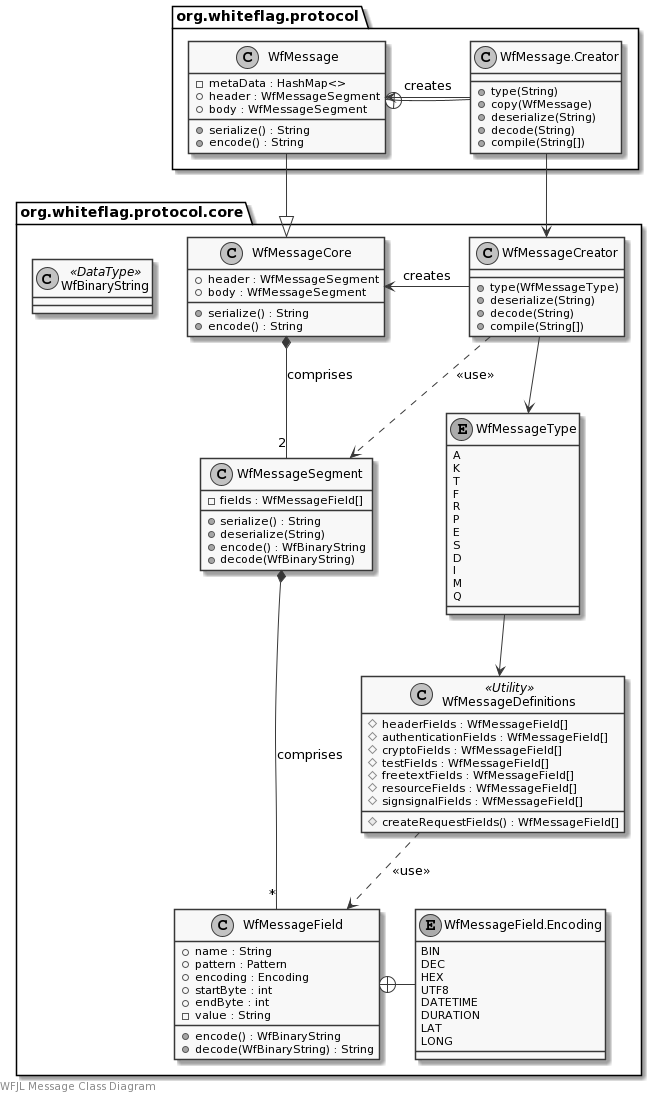
Earlier version of the PlantUML export docs/uml/messages.png (WhiteflagProtocol/whiteflag-java).
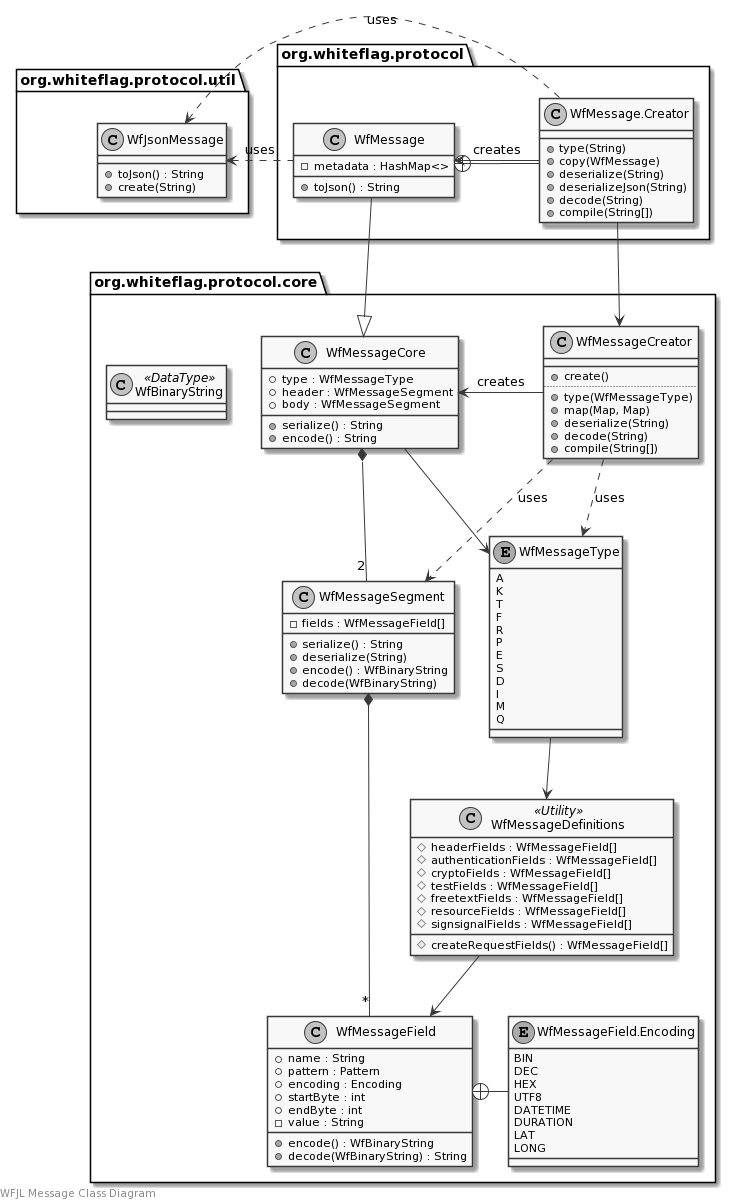
After the commit.

Change to the diagram source:
```diff
@@ -5,6 +5,7 @@
 
 package org.whiteflag.protocol.core {
     class WfMessageCore {
+        +type : WfMessageType
         +header : WfMessageSegment
         +body : WfMessageSegment
         +serialize() : String
@@ -38,7 +39,11 @@
         LONG
     }
     class WfMessageCreator {
+        __
+        +create()
+        ..
         +type(WfMessageType)
+        +map(Map, Map)
         +deserialize(String)
         +decode(String)
         +compile(String[])
@@ -70,37 +75,45 @@
     class WfBinaryString <<DataType>>
 }
 
+package org.whiteflag.protocol.util {
+    class WfJsonMessage {
+        +toJson() : String
+        +create(String)
+    }
+}
+
 package org.whiteflag.protocol {
     class WfMessage {
-        -metaData : HashMap<>
-        +header : WfMessageSegment
-        +body : WfMessageSegment
-        +serialize() : String
-        +encode() : String
+        -metadata : HashMap<>
+        +toJson() : String
     }
     class WfMessage.Creator {
         +type(String)
         +copy(WfMessage)
         +deserialize(String)
+        +deserializeJson(String)
         +decode(String)
         +compile(String[])
     }
 }
 
-WfMessageField +- WfMessageField.Encoding
-WfMessageSegment *-- "*" WfMessageField: comprises
-WfMessageCore *-- "2" WfMessageSegment: comprises
-
-WfMessageCreator -> WfMessageCore: creates
-WfMessageCreator --> WfMessageType
-
-WfMessageType --> WfMessageDefinitions
-
-WfMessageCreator ..> WfMessageSegment: <<use>>
-WfMessageDefinitions ..> WfMessageField: <<use>>
+WfJsonMessage <. WfMessage: uses
+WfJsonMessage <. WfMessage.Creator: uses
 
 WfMessage --|> WfMessageCore
 WfMessage +- WfMessage.Creator
-WfMessage.Creator -> WfMessage: creates
+WfMessage <- WfMessage.Creator: creates
 WfMessage.Creator --> WfMessageCreator
+
+WfMessageCore --> WfMessageType
+WfMessageCore *-- "2" WfMessageSegment
+WfMessageSegment *-- "*" WfMessageField
+WfMessageField +- WfMessageField.Encoding
+
+WfMessageCreator -> WfMessageCore: creates
+WfMessageCreator ..> WfMessageType: uses
+WfMessageCreator ..> WfMessageSegment: uses
+
+WfMessageType --> WfMessageDefinitions
+WfMessageDefinitions --> WfMessageField
 @enduml
```
